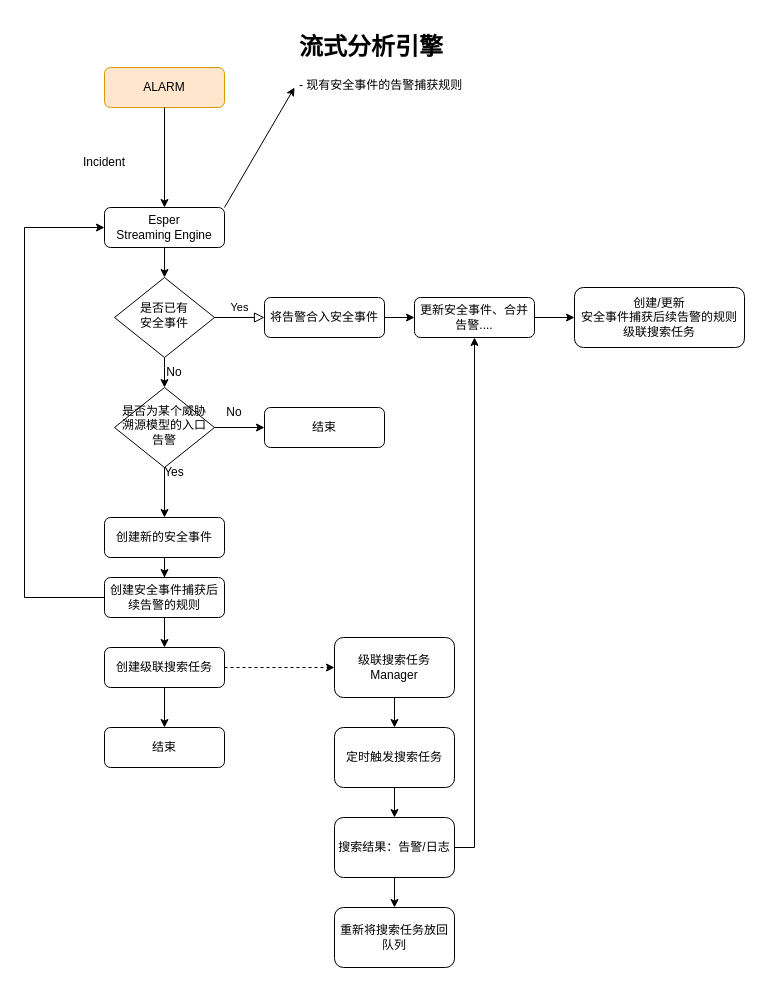
Earlier version of the draw.io diagram incident-flow.drawio (popvlovs/popvlovs-repository). Source tidied: cells renumbered, new cells numbered last; positions are measured from the earlier drawing's top-left corner, leaving out a move shared by most shapes. Both pictures are drawn from the tidied source at 100%, with x=0, y=0 at pixel (24, 27).
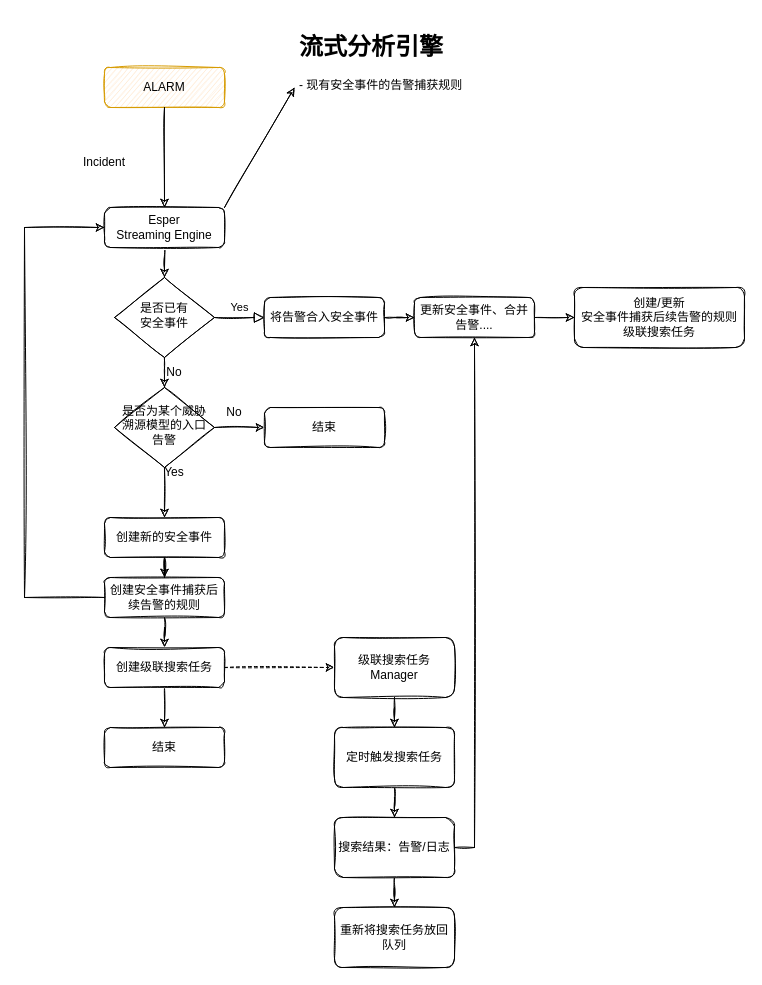
The same diagram, later.

The edit, as a diff of the source:
```diff
@@
-    <mxCell id="2" value="ALARM" style="rounded=1;whiteSpace=wrap;html=1;fontSize=12;glass=0;strokeWidth=1;shadow=0;fillColor=#ffe6cc;strokeColor=#d79b00;" parent="1" vertex="1">
+    <mxCell id="2" value="ALARM" style="rounded=1;whiteSpace=wrap;html=1;fontSize=12;glass=0;strokeWidth=1;shadow=0;fillColor=#ffe6cc;strokeColor=#d79b00;sketch=1;" parent="1" vertex="1">
       <mxGeometry x="80" y="40" width="120" height="40" as="geometry" />
     </mxCell>
-    <mxCell id="3" value="Yes" style="edgeStyle=orthogonalEdgeStyle;rounded=0;html=1;jettySize=auto;fontSize=11;endArrow=block;endFill=0;endSize=8;strokeWidth=1;shadow=0;labelBackgroundColor=none;" parent="1" edge="1" source="5" target="7">
+    <mxCell id="3" value="Yes" style="edgeStyle=orthogonalEdgeStyle;rounded=0;html=1;jettySize=auto;fontSize=11;endArrow=block;endFill=0;endSize=8;strokeWidth=1;shadow=0;labelBackgroundColor=none;sketch=1;" parent="1" edge="1" source="5" target="7">
       <mxGeometry y="10" relative="1" as="geometry" />
     </mxCell>
-    <mxCell id="4" style="edgeStyle=orthogonalEdgeStyle;rounded=0;jettySize=auto;html=1;" parent="1" edge="1" source="5" target="24">
+    <mxCell id="4" style="edgeStyle=orthogonalEdgeStyle;rounded=0;jettySize=auto;html=1;sketch=1;" parent="1" edge="1" source="5" target="24">
       <mxGeometry relative="1" as="geometry">
         <Array as="points">
           <mxPoint x="140" y="340" />
           <mxPoint x="140" y="340" />
         </Array>
       </mxGeometry>
     </mxCell>
-    <mxCell id="5" value="是否已有&lt;br&gt;安全事件" style="rhombus;whiteSpace=wrap;html=1;shadow=0;fontFamily=Helvetica;fontSize=12;align=center;strokeWidth=1;spacing=6;spacingTop=-4;" parent="1" vertex="1">
+    <mxCell id="5" value="是否已有&lt;br&gt;安全事件" style="rhombus;whiteSpace=wrap;html=1;shadow=0;fontFamily=Helvetica;fontSize=12;align=center;strokeWidth=1;spacing=6;spacingTop=-4;sketch=1;" parent="1" vertex="1">
       <mxGeometry x="90" y="250" width="100" height="80" as="geometry" />
     </mxCell>
-    <mxCell id="6" style="edgeStyle=orthogonalEdgeStyle;rounded=0;jettySize=auto;html=1;" parent="1" edge="1" source="7" target="18">
+    <mxCell id="6" style="edgeStyle=orthogonalEdgeStyle;rounded=0;jettySize=auto;html=1;sketch=1;" parent="1" edge="1" source="7" target="18">
       <mxGeometry relative="1" as="geometry" />
     </mxCell>
-    <mxCell id="7" value="将告警合入安全事件" style="rounded=1;whiteSpace=wrap;html=1;fontSize=12;glass=0;strokeWidth=1;shadow=0;" parent="1" vertex="1">
+    <mxCell id="7" value="将告警合入安全事件" style="rounded=1;whiteSpace=wrap;html=1;fontSize=12;glass=0;strokeWidth=1;shadow=0;sketch=1;" parent="1" vertex="1">
       <mxGeometry x="240" y="270" width="120" height="40" as="geometry" />
     </mxCell>
-    <mxCell id="8" style="edgeStyle=orthogonalEdgeStyle;rounded=0;jettySize=auto;html=1;entryX=0;entryY=0.5;entryDx=0;entryDy=0;" parent="1" edge="1" source="10" target="14">
+    <mxCell id="8" style="edgeStyle=orthogonalEdgeStyle;rounded=0;jettySize=auto;html=1;entryX=0;entryY=0.5;entryDx=0;entryDy=0;sketch=1;" parent="1" edge="1" source="10" target="14">
       <mxGeometry relative="1" as="geometry">
         <Array as="points">
           <mxPoint y="570" />
           <mxPoint y="200" />
         </Array>
       </mxGeometry>
     </mxCell>
-    <mxCell id="9" style="edgeStyle=orthogonalEdgeStyle;rounded=0;jettySize=auto;html=1;entryX=0.5;entryY=0;entryDx=0;entryDy=0;" parent="1" edge="1" source="10" target="31">
+    <mxCell id="9" style="edgeStyle=orthogonalEdgeStyle;rounded=0;jettySize=auto;html=1;entryX=0.5;entryY=0;entryDx=0;entryDy=0;sketch=1;" parent="1" edge="1" source="10" target="31">
       <mxGeometry relative="1" as="geometry" />
     </mxCell>
-    <mxCell id="10" value="创建安全事件捕获后续告警的规则" style="rounded=1;whiteSpace=wrap;html=1;fontSize=12;glass=0;strokeWidth=1;shadow=0;" parent="1" vertex="1">
+    <mxCell id="10" value="创建安全事件捕获后续告警的规则" style="rounded=1;whiteSpace=wrap;html=1;fontSize=12;glass=0;strokeWidth=1;shadow=0;sketch=1;" parent="1" vertex="1">
       <mxGeometry x="80" y="550" width="120" height="40" as="geometry" />
     </mxCell>
-    <mxCell id="11" value="Incident" style="text;html=1;strokeColor=none;fillColor=none;align=center;verticalAlign=middle;whiteSpace=wrap;rounded=0;" parent="1" vertex="1">
+    <mxCell id="11" value="Incident" style="text;html=1;strokeColor=none;fillColor=none;align=center;verticalAlign=middle;whiteSpace=wrap;rounded=0;sketch=1;" parent="1" vertex="1">
       <mxGeometry x="50" y="120" width="60" height="30" as="geometry" />
     </mxCell>
-    <mxCell id="12" style="edgeStyle=orthogonalEdgeStyle;rounded=0;jettySize=auto;html=1;exitX=0.5;exitY=1;exitDx=0;exitDy=0;entryX=0.5;entryY=0;entryDx=0;entryDy=0;" parent="1" edge="1" source="2" target="14">
+    <mxCell id="12" style="edgeStyle=orthogonalEdgeStyle;rounded=0;jettySize=auto;html=1;exitX=0.5;exitY=1;exitDx=0;exitDy=0;entryX=0.5;entryY=0;entryDx=0;entryDy=0;sketch=1;" parent="1" edge="1" source="2" target="14">
       <mxGeometry relative="1" as="geometry" />
     </mxCell>
-    <mxCell id="13" style="edgeStyle=orthogonalEdgeStyle;rounded=0;jettySize=auto;html=1;" parent="1" edge="1" source="14" target="5">
+    <mxCell id="13" style="edgeStyle=orthogonalEdgeStyle;rounded=0;jettySize=auto;html=1;sketch=1;" parent="1" edge="1" source="14" target="5">
       <mxGeometry relative="1" as="geometry" />
     </mxCell>
-    <mxCell id="14" value="Esper &lt;br&gt;Streaming Engine" style="rounded=1;whiteSpace=wrap;html=1;fontSize=12;glass=0;strokeWidth=1;shadow=0;" parent="1" vertex="1">
+    <mxCell id="14" value="Esper &lt;br&gt;Streaming Engine" style="rounded=1;whiteSpace=wrap;html=1;fontSize=12;glass=0;strokeWidth=1;shadow=0;sketch=1;" parent="1" vertex="1">
       <mxGeometry x="80" y="180" width="120" height="40" as="geometry" />
     </mxCell>
-    <mxCell id="15" value="&lt;h1&gt;流式分析引擎&lt;/h1&gt;&lt;p&gt;- 现有安全事件的告警捕获规则&lt;/p&gt;" style="text;html=1;strokeColor=none;fillColor=none;spacing=5;spacingTop=-20;whiteSpace=wrap;overflow=hidden;rounded=0;" parent="1" vertex="1">
+    <mxCell id="15" value="&lt;h1&gt;流式分析引擎&lt;/h1&gt;&lt;p&gt;- 现有安全事件的告警捕获规则&lt;/p&gt;" style="text;html=1;strokeColor=none;fillColor=none;spacing=5;spacingTop=-20;whiteSpace=wrap;overflow=hidden;rounded=0;sketch=1;" parent="1" vertex="1">
       <mxGeometry x="270" width="190" height="120" as="geometry" />
     </mxCell>
-    <mxCell id="16" style="endArrow=classic;html=1;rounded=0;entryX=0;entryY=0.5;entryDx=0;entryDy=0;" parent="1" edge="1" target="15">
+    <mxCell id="16" style="endArrow=classic;html=1;rounded=0;entryX=0;entryY=0.5;entryDx=0;entryDy=0;sketch=1;" parent="1" edge="1" target="15">
       <mxGeometry relative="1" as="geometry">
         <mxPoint x="200" y="180" as="sourcePoint" />
       </mxGeometry>
     </mxCell>
-    <mxCell id="17" style="edgeStyle=orthogonalEdgeStyle;rounded=0;jettySize=auto;html=1;" parent="1" edge="1" source="18" target="40">
+    <mxCell id="17" style="edgeStyle=orthogonalEdgeStyle;rounded=0;jettySize=auto;html=1;sketch=1;" parent="1" edge="1" source="18" target="40">
       <mxGeometry relative="1" as="geometry" />
     </mxCell>
-    <mxCell id="18" value="更新安全事件、合并告警...." style="rounded=1;whiteSpace=wrap;html=1;fontSize=12;glass=0;strokeWidth=1;shadow=0;" parent="1" vertex="1">
+    <mxCell id="18" value="更新安全事件、合并告警...." style="rounded=1;whiteSpace=wrap;html=1;fontSize=12;glass=0;strokeWidth=1;shadow=0;sketch=1;" parent="1" vertex="1">
       <mxGeometry x="390" y="270" width="120" height="40" as="geometry" />
     </mxCell>
-    <mxCell id="19" value="结束" style="rounded=1;whiteSpace=wrap;html=1;fontSize=12;glass=0;strokeWidth=1;shadow=0;" parent="1" vertex="1">
+    <mxCell id="19" value="结束" style="rounded=1;whiteSpace=wrap;html=1;fontSize=12;glass=0;strokeWidth=1;shadow=0;sketch=1;" parent="1" vertex="1">
       <mxGeometry x="80" y="700" width="120" height="40" as="geometry" />
     </mxCell>
-    <mxCell id="20" style="edgeStyle=orthogonalEdgeStyle;rounded=0;jettySize=auto;html=1;" parent="1" edge="1" source="21" target="10">
+    <mxCell id="20" style="edgeStyle=orthogonalEdgeStyle;rounded=0;jettySize=auto;html=1;sketch=1;" parent="1" edge="1" source="21" target="10">
       <mxGeometry relative="1" as="geometry" />
     </mxCell>
-    <mxCell id="21" value="创建新的安全事件" style="rounded=1;whiteSpace=wrap;html=1;fontSize=12;glass=0;strokeWidth=1;shadow=0;" parent="1" vertex="1">
+    <mxCell id="21" value="创建新的安全事件" style="rounded=1;whiteSpace=wrap;html=1;fontSize=12;glass=0;strokeWidth=1;shadow=0;sketch=1;" parent="1" vertex="1">
       <mxGeometry x="80" y="490" width="120" height="40" as="geometry" />
     </mxCell>
-    <mxCell id="22" style="edgeStyle=orthogonalEdgeStyle;rounded=0;jettySize=auto;html=1;" parent="1" edge="1" source="24" target="21">
+    <mxCell id="22" style="edgeStyle=orthogonalEdgeStyle;rounded=0;jettySize=auto;html=1;sketch=1;" parent="1" edge="1" source="24" target="21">
       <mxGeometry relative="1" as="geometry" />
     </mxCell>
-    <mxCell id="23" style="edgeStyle=orthogonalEdgeStyle;rounded=0;jettySize=auto;html=1;" parent="1" edge="1" source="24" target="27">
+    <mxCell id="23" style="edgeStyle=orthogonalEdgeStyle;rounded=0;jettySize=auto;html=1;sketch=1;" parent="1" edge="1" source="24" target="27">
       <mxGeometry relative="1" as="geometry" />
     </mxCell>
-    <mxCell id="24" value="是否为某个威胁溯源模型的入口告警" style="rhombus;whiteSpace=wrap;html=1;shadow=0;fontFamily=Helvetica;fontSize=12;align=center;strokeWidth=1;spacing=6;spacingTop=-4;" parent="1" vertex="1">
+    <mxCell id="24" value="是否为某个威胁溯源模型的入口告警" style="rhombus;whiteSpace=wrap;html=1;shadow=0;fontFamily=Helvetica;fontSize=12;align=center;strokeWidth=1;spacing=6;spacingTop=-4;sketch=1;" parent="1" vertex="1">
       <mxGeometry x="90" y="360" width="100" height="80" as="geometry" />
     </mxCell>
-    <mxCell id="25" value="No" style="text;html=1;strokeColor=none;fillColor=none;align=center;verticalAlign=middle;whiteSpace=wrap;rounded=0;" parent="1" vertex="1">
+    <mxCell id="25" value="No" style="text;html=1;strokeColor=none;fillColor=none;align=center;verticalAlign=middle;whiteSpace=wrap;rounded=0;sketch=1;" parent="1" vertex="1">
       <mxGeometry x="120" y="330" width="60" height="30" as="geometry" />
     </mxCell>
-    <mxCell id="26" value="Yes" style="text;html=1;strokeColor=none;fillColor=none;align=center;verticalAlign=middle;whiteSpace=wrap;rounded=0;" parent="1" vertex="1">
+    <mxCell id="26" value="Yes" style="text;html=1;strokeColor=none;fillColor=none;align=center;verticalAlign=middle;whiteSpace=wrap;rounded=0;sketch=1;" parent="1" vertex="1">
       <mxGeometry x="120" y="430" width="60" height="30" as="geometry" />
     </mxCell>
-    <mxCell id="27" value="结束" style="rounded=1;whiteSpace=wrap;html=1;fontSize=12;glass=0;strokeWidth=1;shadow=0;" parent="1" vertex="1">
+    <mxCell id="27" value="结束" style="rounded=1;whiteSpace=wrap;html=1;fontSize=12;glass=0;strokeWidth=1;shadow=0;sketch=1;" parent="1" vertex="1">
       <mxGeometry x="240" y="380" width="120" height="40" as="geometry" />
     </mxCell>
-    <mxCell id="28" value="No" style="text;html=1;strokeColor=none;fillColor=none;align=center;verticalAlign=middle;whiteSpace=wrap;rounded=0;" parent="1" vertex="1">
+    <mxCell id="28" value="No" style="text;html=1;strokeColor=none;fillColor=none;align=center;verticalAlign=middle;whiteSpace=wrap;rounded=0;sketch=1;" parent="1" vertex="1">
       <mxGeometry x="180" y="370" width="60" height="30" as="geometry" />
     </mxCell>
-    <mxCell id="29" style="edgeStyle=orthogonalEdgeStyle;rounded=0;jettySize=auto;html=1;" parent="1" edge="1" source="31" target="19">
+    <mxCell id="29" style="edgeStyle=orthogonalEdgeStyle;rounded=0;jettySize=auto;html=1;sketch=1;" parent="1" edge="1" source="31" target="19">
       <mxGeometry relative="1" as="geometry" />
     </mxCell>
-    <mxCell id="30" style="edgeStyle=orthogonalEdgeStyle;rounded=0;jettySize=auto;html=1;dashed=1;" parent="1" edge="1" source="31" target="33">
+    <mxCell id="30" style="edgeStyle=orthogonalEdgeStyle;rounded=0;jettySize=auto;html=1;dashed=1;sketch=1;" parent="1" edge="1" source="31" target="33">
       <mxGeometry relative="1" as="geometry" />
     </mxCell>
-    <mxCell id="31" value="创建级联搜索任务" style="rounded=1;whiteSpace=wrap;html=1;fontSize=12;glass=0;strokeWidth=1;shadow=0;" parent="1" vertex="1">
+    <mxCell id="31" value="创建级联搜索任务" style="rounded=1;whiteSpace=wrap;html=1;fontSize=12;glass=0;strokeWidth=1;shadow=0;sketch=1;" parent="1" vertex="1">
       <mxGeometry x="80" y="620" width="120" height="40" as="geometry" />
     </mxCell>
-    <mxCell id="32" style="edgeStyle=orthogonalEdgeStyle;rounded=0;jettySize=auto;html=1;" parent="1" edge="1" source="33" target="35">
+    <mxCell id="32" style="edgeStyle=orthogonalEdgeStyle;rounded=0;jettySize=auto;html=1;sketch=1;" parent="1" edge="1" source="33" target="35">
       <mxGeometry relative="1" as="geometry" />
     </mxCell>
-    <mxCell id="33" value="级联搜索任务Manager" style="rounded=1;whiteSpace=wrap;html=1;" parent="1" vertex="1">
+    <mxCell id="33" value="级联搜索任务Manager" style="rounded=1;whiteSpace=wrap;html=1;sketch=1;" parent="1" vertex="1">
       <mxGeometry x="310" y="610" width="120" height="60" as="geometry" />
     </mxCell>
-    <mxCell id="34" style="edgeStyle=orthogonalEdgeStyle;rounded=0;jettySize=auto;html=1;" parent="1" edge="1" source="35" target="38">
+    <mxCell id="34" style="edgeStyle=orthogonalEdgeStyle;rounded=0;jettySize=auto;html=1;sketch=1;" parent="1" edge="1" source="35" target="38">
       <mxGeometry relative="1" as="geometry" />
     </mxCell>
-    <mxCell id="35" value="定时触发搜索任务" style="rounded=1;whiteSpace=wrap;html=1;" parent="1" vertex="1">
+    <mxCell id="35" value="定时触发搜索任务" style="rounded=1;whiteSpace=wrap;html=1;sketch=1;" parent="1" vertex="1">
       <mxGeometry x="310" y="700" width="120" height="60" as="geometry" />
     </mxCell>
-    <mxCell id="36" style="edgeStyle=orthogonalEdgeStyle;rounded=0;jettySize=auto;html=1;" parent="1" edge="1" source="38" target="18">
+    <mxCell id="36" style="edgeStyle=orthogonalEdgeStyle;rounded=0;jettySize=auto;html=1;sketch=1;" parent="1" edge="1" source="38" target="18">
       <mxGeometry relative="1" as="geometry">
         <Array as="points">
           <mxPoint x="450" y="820" />
         </Array>
       </mxGeometry>
     </mxCell>
-    <mxCell id="37" style="edgeStyle=orthogonalEdgeStyle;rounded=0;jettySize=auto;html=1;" parent="1" edge="1" source="38" target="39">
+    <mxCell id="37" style="edgeStyle=orthogonalEdgeStyle;rounded=0;jettySize=auto;html=1;sketch=1;" parent="1" edge="1" source="38" target="39">
       <mxGeometry relative="1" as="geometry" />
     </mxCell>
-    <mxCell id="38" value="搜索结果：告警/日志" style="rounded=1;whiteSpace=wrap;html=1;" parent="1" vertex="1">
+    <mxCell id="38" value="搜索结果：告警/日志" style="rounded=1;whiteSpace=wrap;html=1;sketch=1;" parent="1" vertex="1">
       <mxGeometry x="310" y="790" width="120" height="60" as="geometry" />
     </mxCell>
-    <mxCell id="39" value="重新将搜索任务放回队列" style="rounded=1;whiteSpace=wrap;html=1;" parent="1" vertex="1">
+    <mxCell id="39" value="重新将搜索任务放回队列" style="rounded=1;whiteSpace=wrap;html=1;sketch=1;" parent="1" vertex="1">
       <mxGeometry x="310" y="880" width="120" height="60" as="geometry" />
     </mxCell>
-    <mxCell id="40" value="创建/更新&lt;br&gt;安全事件捕获后续告警的规则&lt;br&gt;级联搜索任务" style="rounded=1;whiteSpace=wrap;html=1;fontSize=12;glass=0;strokeWidth=1;shadow=0;" parent="1" vertex="1">
+    <mxCell id="40" value="创建/更新&lt;br&gt;安全事件捕获后续告警的规则&lt;br&gt;级联搜索任务" style="rounded=1;whiteSpace=wrap;html=1;fontSize=12;glass=0;strokeWidth=1;shadow=0;sketch=1;" parent="1" vertex="1">
       <mxGeometry x="550" y="260" width="170" height="60" as="geometry" />
     </mxCell>
```
